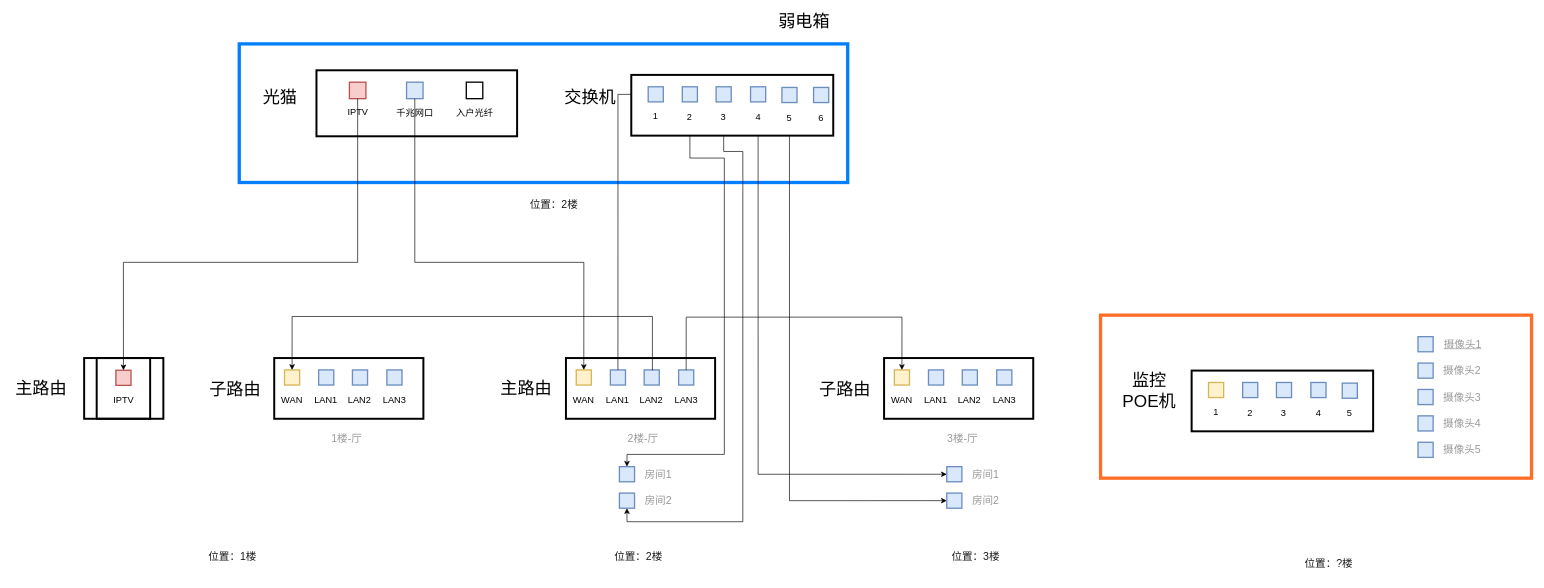
Earlier version of the draw.io diagram 网线拓扑.drawio (yangbe/diagrams). Source tidied: cells renumbered, new cells numbered last; positions are measured from the earlier drawing's top-left corner, leaving out a move shared by most shapes. Both pictures are drawn from the tidied source at 66%, with x=0, y=0 at pixel (11, 11).
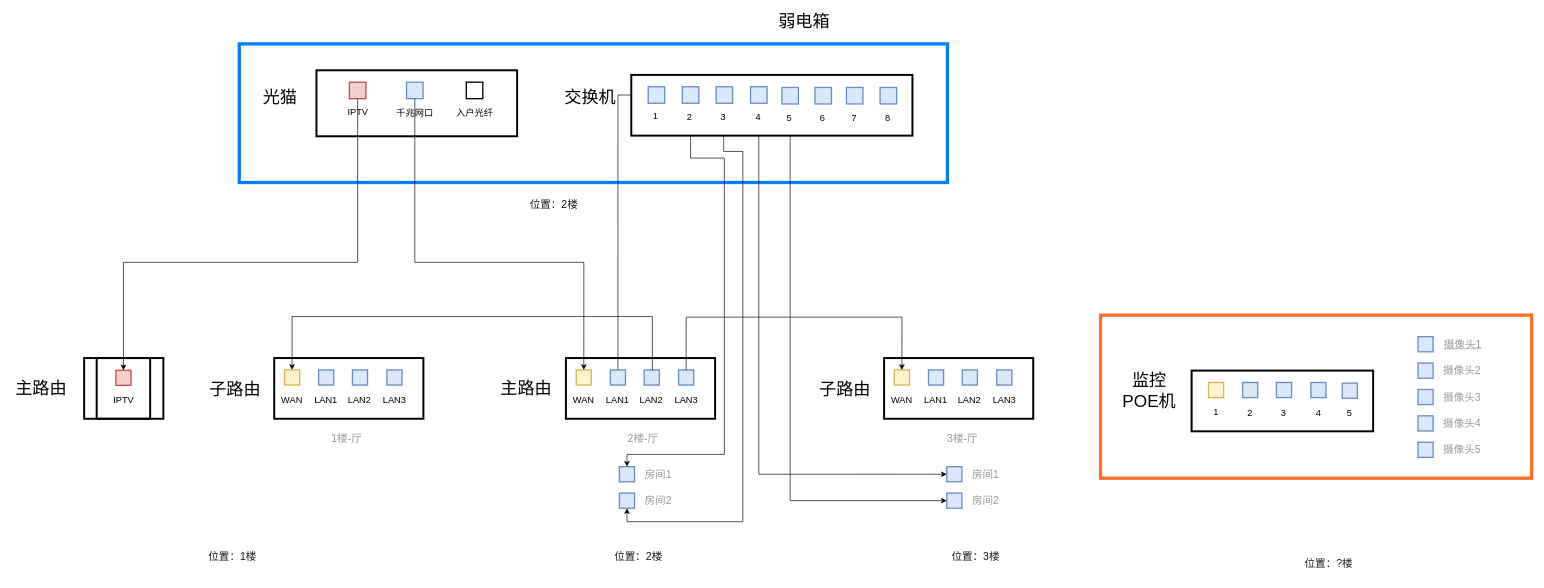
The same diagram, later.

Commit message:
更新网线拓扑.drawio

Unchanged cells that the change refers to:
```xml
<mxCell id="103" style="group;" parent="1" vertex="1">
  <mxGeometry x="951" y="114" width="50.1" height="65" as="geometry" />
</mxCell>
<mxCell id="106" style="group;" parent="1" vertex="1">
  <mxGeometry x="1003.1" y="114" width="49.3" height="66" as="geometry" />
</mxCell>
<mxCell id="109" style="group;" parent="1" vertex="1">
  <mxGeometry x="1054.3" y="114" width="49.3" height="66" as="geometry" />
</mxCell>
<mxCell id="112" style="group;" parent="1" vertex="1">
  <mxGeometry x="1106.5" y="114" width="49.3" height="66" as="geometry" />
</mxCell>
<mxCell id="115" style="group;" parent="1" vertex="1">
  <mxGeometry x="1154" y="115" width="49.3" height="66" as="geometry" />
</mxCell>
```

Change to the diagram source:
```diff
@@
     <mxCell id="3" style="rounded=0;whiteSpace=wrap;html=1;fontSize=32;strokeWidth=5;strokeColor=#007FFF;" parent="1" vertex="1">
-      <mxGeometry x="345" y="49" width="921.9" height="210" as="geometry" />
+      <mxGeometry x="345" y="49" width="1073" height="210" as="geometry" />
     </mxCell>
-    <mxCell id="4" value="交换机" style="text;html=1;strokeColor=none;fillColor=none;align=center;verticalAlign=middle;whiteSpace=wrap;rounded=0;fontSize=26;" parent="3" vertex="1">
-      <mxGeometry x="487" y="66" width="90" height="30" as="geometry" />
-    </mxCell>
@@
     <mxCell id="99" style="rounded=0;whiteSpace=wrap;html=1;strokeWidth=3;" parent="1" vertex="1">
-      <mxGeometry x="939" y="96" width="306" height="92" as="geometry" />
+      <mxGeometry x="939" y="96" width="426" height="92" as="geometry" />
     </mxCell>
-    <mxCell id="100" style="group;" parent="99" vertex="1">
-      <mxGeometry x="263" y="19" width="49.3" height="66" as="geometry" />
-    </mxCell>
-    <mxCell id="101" value="&lt;font style=&quot;font-size: 14px;&quot;&gt;6&lt;/font&gt;" style="text;html=1;strokeColor=none;fillColor=none;align=center;verticalAlign=middle;whiteSpace=wrap;rounded=0;" parent="100" vertex="1">
-      <mxGeometry y="26" width="49.3" height="40" as="geometry" />
-    </mxCell>
-    <mxCell id="102" style="whiteSpace=wrap;html=1;fillColor=#dae8fc;strokeColor=#6c8ebf;strokeWidth=2;" parent="100" vertex="1">
-      <mxGeometry x="13.2" width="22.9" height="22.9" as="geometry" />
-    </mxCell>
@@
     <mxCell id="104" style="whiteSpace=wrap;html=1;fillColor=#dae8fc;strokeColor=#6c8ebf;strokeWidth=2;" parent="103" vertex="1">
-      <mxGeometry x="13.6" width="22.9" height="22.9" as="geometry" />
+      <mxGeometry x="13.6" width="25" height="25" as="geometry" />
     </mxCell>
@@
     <mxCell id="108" style="whiteSpace=wrap;html=1;fillColor=#dae8fc;strokeColor=#6c8ebf;strokeWidth=2;" parent="106" vertex="1">
-      <mxGeometry x="13.2" width="22.9" height="22.9" as="geometry" />
+      <mxGeometry x="13.2" width="25" height="25" as="geometry" />
     </mxCell>
@@
     <mxCell id="111" style="whiteSpace=wrap;html=1;fillColor=#dae8fc;strokeColor=#6c8ebf;strokeWidth=2;" parent="109" vertex="1">
-      <mxGeometry x="13.2" width="22.9" height="22.9" as="geometry" />
+      <mxGeometry x="13.2" width="25" height="25" as="geometry" />
     </mxCell>
@@
     <mxCell id="114" style="whiteSpace=wrap;html=1;fillColor=#dae8fc;strokeColor=#6c8ebf;strokeWidth=2;" parent="112" vertex="1">
-      <mxGeometry x="13.2" width="22.9" height="22.9" as="geometry" />
+      <mxGeometry x="13.2" width="25" height="25" as="geometry" />
     </mxCell>
@@
     <mxCell id="117" style="whiteSpace=wrap;html=1;fillColor=#dae8fc;strokeColor=#6c8ebf;strokeWidth=2;" parent="115" vertex="1">
-      <mxGeometry x="13.2" width="22.9" height="22.9" as="geometry" />
+      <mxGeometry x="13.2" width="25" height="25" as="geometry" />
     </mxCell>
@@
+    <mxCell id="100" style="group;" parent="1" vertex="1">
+      <mxGeometry x="1203.3" y="115" width="52.3" height="66" as="geometry" />
+    </mxCell>
+    <mxCell id="101" value="&lt;font style=&quot;font-size: 14px;&quot;&gt;6&lt;/font&gt;" style="text;html=1;strokeColor=none;fillColor=none;align=center;verticalAlign=middle;whiteSpace=wrap;rounded=0;" parent="100" vertex="1">
+      <mxGeometry y="26" width="52.3" height="40" as="geometry" />
+    </mxCell>
+    <mxCell id="102" style="whiteSpace=wrap;html=1;fillColor=#dae8fc;strokeColor=#6c8ebf;strokeWidth=2;" parent="100" vertex="1">
+      <mxGeometry x="14" width="25" height="25" as="geometry" />
+    </mxCell>
+    <mxCell id="156" style="group;" parent="1" vertex="1">
+      <mxGeometry x="1251" y="115" width="52.3" height="66" as="geometry" />
+    </mxCell>
+    <mxCell id="157" value="&lt;font style=&quot;font-size: 14px;&quot;&gt;7&lt;/font&gt;" style="text;html=1;strokeColor=none;fillColor=none;align=center;verticalAlign=middle;whiteSpace=wrap;rounded=0;" parent="156" vertex="1">
+      <mxGeometry y="26" width="52.3" height="40" as="geometry" />
+    </mxCell>
+    <mxCell id="158" style="whiteSpace=wrap;html=1;fillColor=#dae8fc;strokeColor=#6c8ebf;strokeWidth=2;" parent="156" vertex="1">
+      <mxGeometry x="14" width="25" height="25" as="geometry" />
+    </mxCell>
+    <mxCell id="159" style="group;" parent="1" vertex="1">
+      <mxGeometry x="1302" y="115" width="52.3" height="66" as="geometry" />
+    </mxCell>
+    <mxCell id="160" value="&lt;font style=&quot;font-size: 14px;&quot;&gt;8&lt;/font&gt;" style="text;html=1;strokeColor=none;fillColor=none;align=center;verticalAlign=middle;whiteSpace=wrap;rounded=0;" parent="159" vertex="1">
+      <mxGeometry y="26" width="52.3" height="40" as="geometry" />
+    </mxCell>
+    <mxCell id="161" style="whiteSpace=wrap;html=1;fillColor=#dae8fc;strokeColor=#6c8ebf;strokeWidth=2;" parent="159" vertex="1">
+      <mxGeometry x="14" width="25" height="25" as="geometry" />
+    </mxCell>
+    <mxCell id="4" value="交换机" style="text;html=1;strokeColor=none;fillColor=none;align=center;verticalAlign=middle;whiteSpace=wrap;rounded=0;fontSize=26;" parent="1" vertex="1">
+      <mxGeometry x="832" y="115" width="90" height="30" as="geometry" />
+    </mxCell>
```
